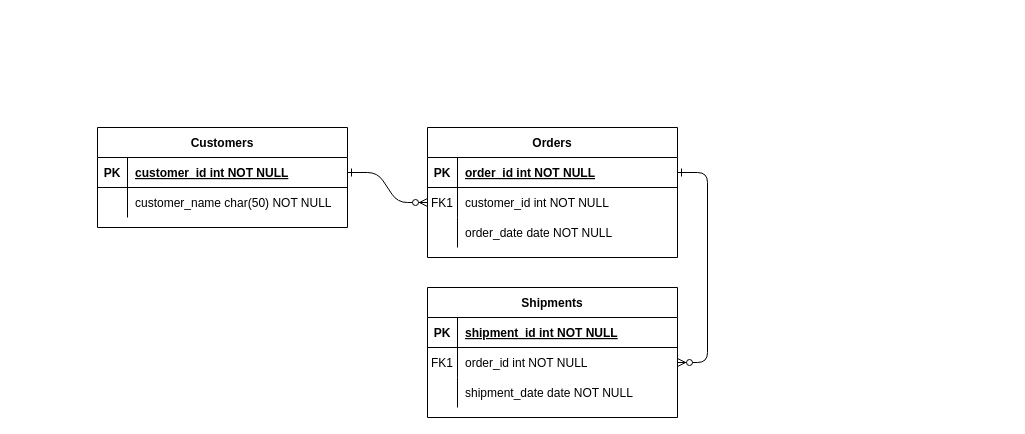
Earlier version of the draw.io diagram FormaNormal.drawio (clara-s-n/ejercicio_sobre_repositorios). Source tidied: cells renumbered, new cells numbered last; positions are measured from the earlier drawing's top-left corner, leaving out a move shared by most shapes. Both pictures are drawn from the tidied source at 100%, with x=0, y=0 at pixel (97, 127).
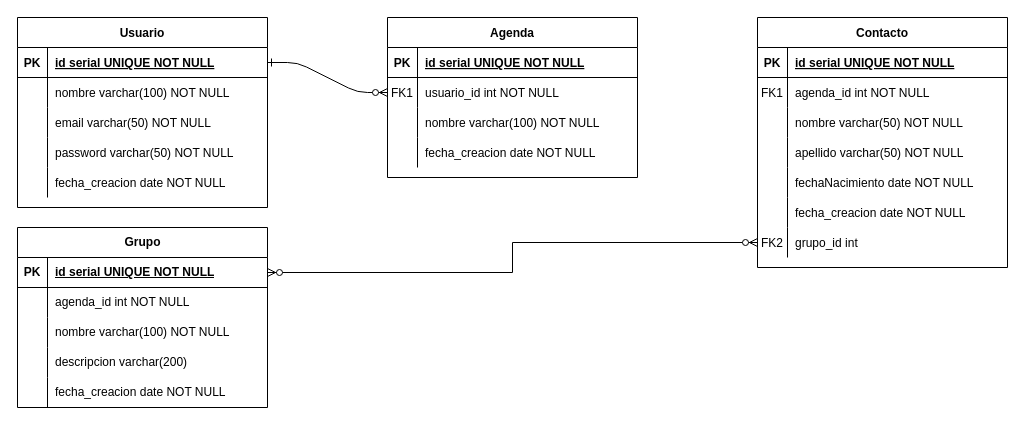
The same diagram, later.

The change refers to these unchanged cells:
```xml
<mxCell id="5" style="shape=partialRectangle;fillColor=none;points=[[0,0.5],[1,0.5]];portConstraint=eastwest;top=0;left=0;right=0;bottom=1;" parent="4" vertex="1">
  <mxGeometry y="30" width="250" height="30" as="geometry" />
</mxCell>
<mxCell id="8" style="shape=partialRectangle;fillColor=none;points=[[0,0.5],[1,0.5]];portConstraint=eastwest;top=0;left=0;right=0;bottom=0;" parent="4" vertex="1">
  <mxGeometry y="60" width="250" height="30" as="geometry" />
</mxCell>
<mxCell id="11" style="shape=partialRectangle;fillColor=none;top=0;left=0;right=0;bottom=0;" parent="4" vertex="1">
  <mxGeometry y="90" width="250" height="30" as="geometry" />
</mxCell>
<mxCell id="15" style="shape=partialRectangle;fillColor=none;top=0;left=0;right=0;bottom=1;" parent="14" vertex="1">
  <mxGeometry y="30" width="250" height="30" as="geometry" />
</mxCell>
<mxCell id="18" style="shape=partialRectangle;fillColor=none;points=[[0,0.5],[1,0.5]];portConstraint=eastwest;top=0;left=0;right=0;bottom=0;" parent="14" vertex="1">
  <mxGeometry y="60" width="250" height="30" as="geometry" />
</mxCell>
<mxCell id="21" style="shape=partialRectangle;fillColor=none;top=0;left=0;right=0;bottom=0;" parent="14" vertex="1">
  <mxGeometry y="90" width="250" height="30" as="geometry" />
</mxCell>
<mxCell id="25" style="shape=partialRectangle;fillColor=none;points=[[0,0.5],[1,0.5]];portConstraint=eastwest;top=0;left=0;right=0;bottom=1;" parent="24" vertex="1">
  <mxGeometry y="30" width="250" height="30" as="geometry" />
</mxCell>
<mxCell id="28" style="shape=partialRectangle;fillColor=none;top=0;left=0;right=0;bottom=0;" parent="24" vertex="1">
  <mxGeometry y="60" width="250" height="30" as="geometry" />
</mxCell>
```

The edit, as a diff of the source:
```diff
@@
-    <mxCell id="3" style="edgeStyle=entityRelationEdgeStyle;endArrow=ERzeroToMany;startArrow=ERone;endFill=1;startFill=0;" parent="1" edge="1" source="5" target="18">
-      <mxGeometry relative="1" as="geometry" />
-    </mxCell>
-    <mxCell id="4" value="Orders" style="shape=table;startSize=30;childLayout=tableLayout;rowLines=0;fontStyle=1;align=center;" parent="1" vertex="1">
-      <mxGeometry x="330" width="250" height="130" as="geometry" />
+    <mxCell id="4" value="Agenda" style="shape=table;startSize=30;childLayout=tableLayout;rowLines=0;fontStyle=1;align=center;" parent="1" vertex="1">
+      <mxGeometry x="290" y="-110" width="250" height="160" as="geometry" />
     </mxCell>
@@
-    <mxCell id="7" value="order_id int NOT NULL " style="shape=partialRectangle;overflow=hidden;fillColor=none;top=0;left=0;bottom=0;right=0;align=left;spacingLeft=6;fontStyle=5;" parent="5" vertex="1">
+    <mxCell id="7" value="id serial UNIQUE NOT NULL " style="shape=partialRectangle;overflow=hidden;fillColor=none;top=0;left=0;bottom=0;right=0;align=left;spacingLeft=6;fontStyle=5;" parent="5" vertex="1">
       <mxGeometry x="30" width="220" height="30" as="geometry" />
     </mxCell>
@@
-    <mxCell id="10" value="customer_id int NOT NULL" style="shape=partialRectangle;overflow=hidden;fillColor=none;top=0;left=0;bottom=0;right=0;align=left;spacingLeft=6;" parent="8" vertex="1">
+    <mxCell id="10" value="usuario_id int NOT NULL" style="shape=partialRectangle;overflow=hidden;fillColor=none;top=0;left=0;bottom=0;right=0;align=left;spacingLeft=6;" parent="8" vertex="1">
       <mxGeometry x="30" width="220" height="30" as="geometry" />
     </mxCell>
@@
-    <mxCell id="13" value="order_date date NOT NULL" style="shape=partialRectangle;overflow=hidden;fillColor=none;top=0;left=0;bottom=0;right=0;align=left;spacingLeft=6;" parent="11" vertex="1">
+    <mxCell id="13" value="nombre varchar(100) NOT NULL" style="shape=partialRectangle;overflow=hidden;fillColor=none;top=0;left=0;bottom=0;right=0;align=left;spacingLeft=6;" parent="11" vertex="1">
       <mxGeometry x="30" width="220" height="30" as="geometry" />
     </mxCell>
+    <mxCell id="31" style="shape=partialRectangle;fillColor=none;top=0;left=0;right=0;bottom=0;" parent="4" vertex="1">
+      <mxGeometry y="120" width="250" height="30" as="geometry" />
+    </mxCell>
+    <mxCell id="32" style="shape=partialRectangle;overflow=hidden;fillColor=none;top=0;left=0;bottom=0;right=0;" parent="31" vertex="1">
+      <mxGeometry width="30" height="30" as="geometry" />
+    </mxCell>
+    <mxCell id="33" value="fecha_creacion date NOT NULL" style="shape=partialRectangle;overflow=hidden;fillColor=none;top=0;left=0;bottom=0;right=0;align=left;spacingLeft=6;" parent="31" vertex="1">
+      <mxGeometry x="30" width="220" height="30" as="geometry" />
+    </mxCell>
-    <mxCell id="14" value="Shipments" style="shape=table;startSize=30;childLayout=tableLayout;rowLines=0;fontStyle=1;align=center;" parent="1" vertex="1">
-      <mxGeometry x="330" y="160" width="250" height="130" as="geometry" />
+    <mxCell id="14" value="Contacto" style="shape=table;startSize=30;childLayout=tableLayout;rowLines=0;fontStyle=1;align=center;" parent="1" vertex="1">
+      <mxGeometry x="660" y="-110" width="250" height="250" as="geometry" />
     </mxCell>
@@
-    <mxCell id="17" value="shipment_id int NOT NULL " style="shape=partialRectangle;overflow=hidden;fillColor=none;top=0;left=0;bottom=0;right=0;align=left;spacingLeft=6;fontStyle=5;" parent="15" vertex="1">
+    <mxCell id="17" value="id serial UNIQUE NOT NULL " style="shape=partialRectangle;overflow=hidden;fillColor=none;top=0;left=0;bottom=0;right=0;align=left;spacingLeft=6;fontStyle=5;" parent="15" vertex="1">
       <mxGeometry x="30" width="220" height="30" as="geometry" />
     </mxCell>
@@
-    <mxCell id="20" value="order_id int NOT NULL" style="shape=partialRectangle;overflow=hidden;fillColor=none;top=0;left=0;bottom=0;right=0;align=left;spacingLeft=6;" parent="18" vertex="1">
+    <mxCell id="20" value="agenda_id int NOT NULL" style="shape=partialRectangle;overflow=hidden;fillColor=none;top=0;left=0;bottom=0;right=0;align=left;spacingLeft=6;" parent="18" vertex="1">
       <mxGeometry x="30" width="220" height="30" as="geometry" />
     </mxCell>
@@
-    <mxCell id="23" value="shipment_date date NOT NULL" style="shape=partialRectangle;overflow=hidden;fillColor=none;top=0;left=0;bottom=0;right=0;align=left;spacingLeft=6;" parent="21" vertex="1">
+    <mxCell id="23" value="nombre varchar(50) NOT NULL" style="shape=partialRectangle;overflow=hidden;fillColor=none;top=0;left=0;bottom=0;right=0;align=left;spacingLeft=6;" parent="21" vertex="1">
       <mxGeometry x="30" width="220" height="30" as="geometry" />
     </mxCell>
+    <mxCell id="34" style="shape=partialRectangle;fillColor=none;top=0;left=0;right=0;bottom=0;" parent="14" vertex="1">
+      <mxGeometry y="120" width="250" height="30" as="geometry" />
+    </mxCell>
+    <mxCell id="35" style="shape=partialRectangle;overflow=hidden;fillColor=none;top=0;left=0;bottom=0;right=0;" parent="34" vertex="1">
+      <mxGeometry width="30" height="30" as="geometry" />
+    </mxCell>
+    <mxCell id="36" value="apellido varchar(50) NOT NULL" style="shape=partialRectangle;overflow=hidden;fillColor=none;top=0;left=0;bottom=0;right=0;align=left;spacingLeft=6;" parent="34" vertex="1">
+      <mxGeometry x="30" width="220" height="30" as="geometry" />
+    </mxCell>
+    <mxCell id="37" style="shape=partialRectangle;fillColor=none;top=0;left=0;right=0;bottom=0;" parent="14" vertex="1">
+      <mxGeometry y="150" width="250" height="30" as="geometry" />
+    </mxCell>
+    <mxCell id="38" style="shape=partialRectangle;overflow=hidden;fillColor=none;top=0;left=0;bottom=0;right=0;" parent="37" vertex="1">
+      <mxGeometry width="30" height="30" as="geometry" />
+    </mxCell>
+    <mxCell id="39" value="fechaNacimiento date NOT NULL" style="shape=partialRectangle;overflow=hidden;fillColor=none;top=0;left=0;bottom=0;right=0;align=left;spacingLeft=6;" parent="37" vertex="1">
+      <mxGeometry x="30" width="220" height="30" as="geometry" />
+    </mxCell>
+    <mxCell id="40" style="shape=partialRectangle;fillColor=none;top=0;left=0;right=0;bottom=0;" parent="14" vertex="1">
+      <mxGeometry y="180" width="250" height="30" as="geometry" />
+    </mxCell>
+    <mxCell id="41" style="shape=partialRectangle;overflow=hidden;fillColor=none;top=0;left=0;bottom=0;right=0;" parent="40" vertex="1">
+      <mxGeometry width="30" height="30" as="geometry" />
+    </mxCell>
+    <mxCell id="42" value="fecha_creacion date NOT NULL" style="shape=partialRectangle;overflow=hidden;fillColor=none;top=0;left=0;bottom=0;right=0;align=left;spacingLeft=6;" parent="40" vertex="1">
+      <mxGeometry x="30" width="220" height="30" as="geometry" />
+    </mxCell>
+    <mxCell id="43" style="shape=partialRectangle;fillColor=none;points=[[0,0.5],[1,0.5]];portConstraint=eastwest;top=0;left=0;right=0;bottom=0;" parent="14" vertex="1">
+      <mxGeometry y="210" width="250" height="30" as="geometry" />
+    </mxCell>
+    <mxCell id="44" value="FK2" style="shape=partialRectangle;overflow=hidden;fillColor=none;top=0;left=0;bottom=0;right=0;" parent="43" vertex="1">
+      <mxGeometry width="30" height="30" as="geometry" />
+    </mxCell>
+    <mxCell id="45" value="grupo_id int" style="shape=partialRectangle;overflow=hidden;fillColor=none;top=0;left=0;bottom=0;right=0;align=left;spacingLeft=6;" parent="43" vertex="1">
+      <mxGeometry x="30" width="220" height="30" as="geometry" />
+    </mxCell>
-    <mxCell id="24" value="Customers" style="shape=table;startSize=30;childLayout=tableLayout;rowLines=0;fontStyle=1;align=center;" parent="1" vertex="1">
-      <mxGeometry width="250" height="100" as="geometry" />
+    <mxCell id="24" value="Usuario" style="shape=table;startSize=30;childLayout=tableLayout;rowLines=0;fontStyle=1;align=center;" parent="1" vertex="1">
+      <mxGeometry x="-80" y="-110" width="250" height="190" as="geometry" />
     </mxCell>
@@
-    <mxCell id="27" value="customer_id int NOT NULL " style="shape=partialRectangle;overflow=hidden;fillColor=none;top=0;left=0;bottom=0;right=0;align=left;spacingLeft=6;fontStyle=5;" parent="25" vertex="1">
+    <mxCell id="27" value="id serial UNIQUE NOT NULL " style="shape=partialRectangle;overflow=hidden;fillColor=none;top=0;left=0;bottom=0;right=0;align=left;spacingLeft=6;fontStyle=5;" parent="25" vertex="1">
       <mxGeometry x="30" width="220" height="30" as="geometry" />
     </mxCell>
@@
-    <mxCell id="30" value="customer_name char(50) NOT NULL" style="shape=partialRectangle;overflow=hidden;fillColor=none;top=0;left=0;bottom=0;right=0;align=left;spacingLeft=6;" parent="28" vertex="1">
+    <mxCell id="30" value="nombre varchar(100) NOT NULL" style="shape=partialRectangle;overflow=hidden;fillColor=none;top=0;left=0;bottom=0;right=0;align=left;spacingLeft=6;" parent="28" vertex="1">
       <mxGeometry x="30" width="220" height="30" as="geometry" />
     </mxCell>
+    <mxCell id="46" style="shape=partialRectangle;fillColor=none;top=0;left=0;right=0;bottom=0;" parent="24" vertex="1">
+      <mxGeometry y="90" width="250" height="30" as="geometry" />
+    </mxCell>
+    <mxCell id="47" style="shape=partialRectangle;overflow=hidden;fillColor=none;top=0;left=0;bottom=0;right=0;" parent="46" vertex="1">
+      <mxGeometry width="30" height="30" as="geometry" />
+    </mxCell>
+    <mxCell id="48" value="email varchar(50) NOT NULL" style="shape=partialRectangle;overflow=hidden;fillColor=none;top=0;left=0;bottom=0;right=0;align=left;spacingLeft=6;" parent="46" vertex="1">
+      <mxGeometry x="30" width="220" height="30" as="geometry" />
+    </mxCell>
+    <mxCell id="49" style="shape=partialRectangle;fillColor=none;top=0;left=0;right=0;bottom=0;" parent="24" vertex="1">
+      <mxGeometry y="120" width="250" height="30" as="geometry" />
+    </mxCell>
+    <mxCell id="50" style="shape=partialRectangle;overflow=hidden;fillColor=none;top=0;left=0;bottom=0;right=0;" parent="49" vertex="1">
+      <mxGeometry width="30" height="30" as="geometry" />
+    </mxCell>
+    <mxCell id="51" value="password varchar(50) NOT NULL" style="shape=partialRectangle;overflow=hidden;fillColor=none;top=0;left=0;bottom=0;right=0;align=left;spacingLeft=6;" parent="49" vertex="1">
+      <mxGeometry x="30" width="220" height="30" as="geometry" />
+    </mxCell>
+    <mxCell id="52" style="shape=partialRectangle;fillColor=none;top=0;left=0;right=0;bottom=0;" parent="24" vertex="1">
+      <mxGeometry y="150" width="250" height="30" as="geometry" />
+    </mxCell>
+    <mxCell id="53" style="shape=partialRectangle;overflow=hidden;fillColor=none;top=0;left=0;bottom=0;right=0;" parent="52" vertex="1">
+      <mxGeometry width="30" height="30" as="geometry" />
+    </mxCell>
+    <mxCell id="54" value="fecha_creacion date NOT NULL" style="shape=partialRectangle;overflow=hidden;fillColor=none;top=0;left=0;bottom=0;right=0;align=left;spacingLeft=6;" parent="52" vertex="1">
+      <mxGeometry x="30" width="220" height="30" as="geometry" />
+    </mxCell>
+    <mxCell id="55" value="Grupo" style="shape=table;startSize=30;childLayout=tableLayout;rowLines=0;fontStyle=1;align=center;html=1;" parent="1" vertex="1">
+      <mxGeometry x="-80" y="100" width="250" height="180" as="geometry" />
+    </mxCell>
+    <mxCell id="56" style="shape=tableRow;horizontal=0;startSize=0;swimlaneHead=0;swimlaneBody=0;fillColor=none;points=[[0,0.5],[1,0.5]];portConstraint=eastwest;top=0;left=0;right=0;bottom=1;" parent="55" vertex="1">
+      <mxGeometry y="30" width="250" height="30" as="geometry" />
+    </mxCell>
+    <mxCell id="57" value="PK" style="shape=partialRectangle;fillColor=none;top=0;left=0;bottom=0;right=0;fontStyle=1;overflow=hidden;whiteSpace=wrap;html=1;" parent="56" vertex="1">
+      <mxGeometry width="30" height="30" as="geometry" />
+    </mxCell>
+    <mxCell id="58" value="id serial UNIQUE NOT NULL" style="shape=partialRectangle;fillColor=none;top=0;left=0;bottom=0;right=0;align=left;spacingLeft=6;fontStyle=5;overflow=hidden;whiteSpace=wrap;html=1;" parent="56" vertex="1">
+      <mxGeometry x="30" width="220" height="30" as="geometry" />
+    </mxCell>
+    <mxCell id="59" style="shape=tableRow;horizontal=0;startSize=0;swimlaneHead=0;swimlaneBody=0;fillColor=none;top=0;left=0;right=0;bottom=0;" parent="55" vertex="1">
+      <mxGeometry y="60" width="250" height="30" as="geometry" />
+    </mxCell>
+    <mxCell id="60" style="shape=partialRectangle;fillColor=none;top=0;left=0;bottom=0;right=0;overflow=hidden;whiteSpace=wrap;html=1;" parent="59" vertex="1">
+      <mxGeometry width="30" height="30" as="geometry" />
+    </mxCell>
+    <mxCell id="61" value="agenda_id int NOT NULL" style="shape=partialRectangle;fillColor=none;top=0;left=0;bottom=0;right=0;align=left;spacingLeft=6;overflow=hidden;whiteSpace=wrap;html=1;" parent="59" vertex="1">
+      <mxGeometry x="30" width="220" height="30" as="geometry" />
+    </mxCell>
+    <mxCell id="62" style="shape=tableRow;horizontal=0;startSize=0;swimlaneHead=0;swimlaneBody=0;fillColor=none;top=0;left=0;right=0;bottom=0;" parent="55" vertex="1">
+      <mxGeometry y="90" width="250" height="30" as="geometry" />
+    </mxCell>
+    <mxCell id="63" style="shape=partialRectangle;fillColor=none;top=0;left=0;bottom=0;right=0;overflow=hidden;whiteSpace=wrap;html=1;" parent="62" vertex="1">
+      <mxGeometry width="30" height="30" as="geometry" />
+    </mxCell>
+    <mxCell id="64" value="nombre varchar(100) NOT NULL" style="shape=partialRectangle;fillColor=none;top=0;left=0;bottom=0;right=0;align=left;spacingLeft=6;overflow=hidden;whiteSpace=wrap;html=1;" parent="62" vertex="1">
+      <mxGeometry x="30" width="220" height="30" as="geometry" />
+    </mxCell>
+    <mxCell id="65" style="shape=tableRow;horizontal=0;startSize=0;swimlaneHead=0;swimlaneBody=0;fillColor=none;top=0;left=0;right=0;bottom=0;" parent="55" vertex="1">
+      <mxGeometry y="120" width="250" height="30" as="geometry" />
+    </mxCell>
+    <mxCell id="66" style="shape=partialRectangle;fillColor=none;top=0;left=0;bottom=0;right=0;overflow=hidden;whiteSpace=wrap;html=1;" parent="65" vertex="1">
+      <mxGeometry width="30" height="30" as="geometry" />
+    </mxCell>
+    <mxCell id="67" value="descripcion varchar(200)" style="shape=partialRectangle;fillColor=none;top=0;left=0;bottom=0;right=0;align=left;spacingLeft=6;overflow=hidden;whiteSpace=wrap;html=1;" parent="65" vertex="1">
+      <mxGeometry x="30" width="220" height="30" as="geometry" />
+    </mxCell>
+    <mxCell id="68" style="shape=tableRow;horizontal=0;startSize=0;swimlaneHead=0;swimlaneBody=0;fillColor=none;top=0;left=0;right=0;bottom=0;" parent="55" vertex="1">
+      <mxGeometry y="150" width="250" height="30" as="geometry" />
+    </mxCell>
+    <mxCell id="69" style="shape=partialRectangle;fillColor=none;top=0;left=0;bottom=0;right=0;overflow=hidden;whiteSpace=wrap;html=1;" parent="68" vertex="1">
+      <mxGeometry width="30" height="30" as="geometry" />
+    </mxCell>
+    <mxCell id="70" value="fecha_creacion date NOT NULL" style="shape=partialRectangle;fillColor=none;top=0;left=0;bottom=0;right=0;align=left;spacingLeft=6;overflow=hidden;whiteSpace=wrap;html=1;" parent="68" vertex="1">
+      <mxGeometry x="30" width="220" height="30" as="geometry" />
+    </mxCell>
+    <mxCell id="71" style="edgeStyle=orthogonalEdgeStyle;fontSize=12;html=1;endArrow=ERzeroToMany;endFill=1;startArrow=ERzeroToMany;rounded=0;entryX=0;entryY=0.5;entryDx=0;entryDy=0;exitX=1;exitY=0.5;exitDx=0;exitDy=0;" parent="1" edge="1" source="56" target="43">
+      <mxGeometry relative="1" as="geometry" />
+    </mxCell>
```
